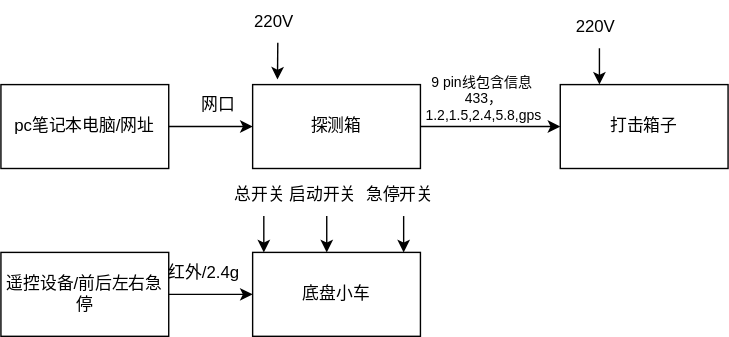
This is 未命名绘图.drawio.svg from iwb5820/draw, a draw.io export, as it was before one commit. Source tidied: cells renumbered, new cells last; positions are measured from the earlier drawing's top-left corner, leaving out a move shared by most shapes.
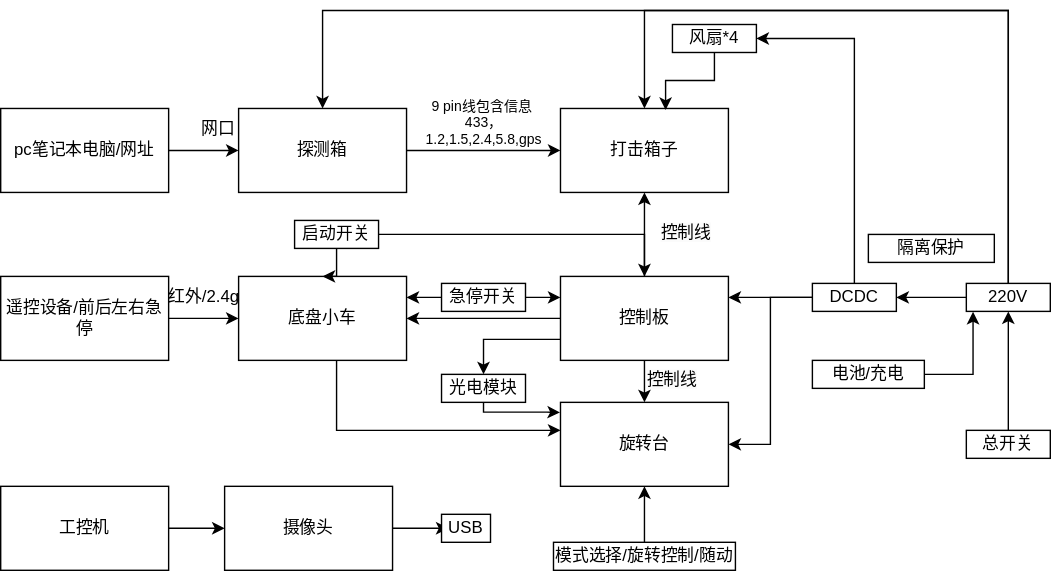
The same file after the commit.

Commit message:
星辰打击车.svg

Change to the diagram source:
```diff
@@ -18,66 +18,164 @@
       <mxGeometry relative="1" as="geometry" />
     </mxCell>
     <mxCell id="7" value="探测箱" style="rounded=0;whiteSpace=wrap;html=1;" parent="1" vertex="1">
-      <mxGeometry x="180" y="60" width="120" height="60" as="geometry" />
+      <mxGeometry x="170" y="60" width="120" height="60" as="geometry" />
     </mxCell>
-    <mxCell id="8" style="edgeStyle=none;jettySize=auto;html=1;rounded=0;entryX=0.148;entryY=-0.06;entryDx=0;entryDy=0;entryPerimeter=0;" parent="1" edge="1" target="7">
-      <mxGeometry relative="1" as="geometry">
-        <mxPoint x="198" y="30" as="sourcePoint" />
-      </mxGeometry>
-    </mxCell>
-    <mxCell id="9" value="220V" style="text;html=1;align=center;verticalAlign=middle;strokeColor=none;fillColor=none;" parent="1" vertex="1">
-      <mxGeometry x="170" width="50" height="30" as="geometry" />
-    </mxCell>
     <mxCell id="10" value="&lt;span style=&quot;text-wrap: wrap; font-size: 10px;&quot;&gt;9 pin线包含信息&amp;nbsp;&lt;/span&gt;&lt;div style=&quot;font-size: 10px;&quot;&gt;&lt;span style=&quot;text-wrap: wrap; font-size: 10px;&quot;&gt;433，1.2,1.5,2.4,5.8,gps&lt;/span&gt;&lt;/div&gt;" style="text;html=1;align=center;verticalAlign=middle;strokeColor=none;fillColor=none;fontSize=10;" parent="1" vertex="1">
       <mxGeometry x="280" y="50" width="130" height="40" as="geometry" />
     </mxCell>
-    <mxCell id="11" style="edgeStyle=none;orthogonalLoop=1;jettySize=auto;html=1;rounded=0;entryX=0.148;entryY=-0.06;entryDx=0;entryDy=0;entryPerimeter=0;" parent="1" edge="1">
-      <mxGeometry relative="1" as="geometry">
-        <mxPoint x="428" y="34" as="sourcePoint" />
-        <mxPoint x="428" y="60" as="targetPoint" />
-      </mxGeometry>
-    </mxCell>
-    <mxCell id="12" value="220V" style="text;html=1;align=center;verticalAlign=middle;strokeColor=none;fillColor=none;" parent="1" vertex="1">
-      <mxGeometry x="400" y="4" width="50" height="30" as="geometry" />
-    </mxCell>
     <mxCell id="13" style="edgeStyle=orthogonalEdgeStyle;rounded=0;jettySize=auto;html=1;" parent="1" edge="1" source="14" target="15">
       <mxGeometry relative="1" as="geometry" />
     </mxCell>
     <mxCell id="14" value="遥控设备/前后左右急停" style="rounded=0;whiteSpace=wrap;html=1;" parent="1" vertex="1">
       <mxGeometry y="180" width="120" height="60" as="geometry" />
     </mxCell>
+    <mxCell id="23" style="edgeStyle=orthogonalEdgeStyle;rounded=0;jettySize=auto;html=1;" parent="1" edge="1" source="15" target="24">
+      <mxGeometry relative="1" as="geometry">
+        <Array as="points">
+          <mxPoint x="240" y="290" />
+        </Array>
+      </mxGeometry>
+    </mxCell>
     <mxCell id="15" value="底盘小车" style="rounded=0;whiteSpace=wrap;html=1;" parent="1" vertex="1">
-      <mxGeometry x="180" y="180" width="120" height="60" as="geometry" />
+      <mxGeometry x="170" y="180" width="120" height="60" as="geometry" />
     </mxCell>
     <mxCell id="16" value="红外/2.4g" style="text;html=1;align=center;verticalAlign=middle;strokeColor=none;fillColor=none;" parent="1" vertex="1">
       <mxGeometry x="110" y="180" width="70" height="30" as="geometry" />
     </mxCell>
-    <mxCell id="17" style="edgeStyle=none;orthogonalLoop=1;jettySize=auto;html=1;rounded=0;entryX=0.148;entryY=-0.06;entryDx=0;entryDy=0;entryPerimeter=0;" parent="1" edge="1">
-      <mxGeometry relative="1" as="geometry">
-        <mxPoint x="188" y="154" as="sourcePoint" />
-        <mxPoint x="188" y="180" as="targetPoint" />
-      </mxGeometry>
-    </mxCell>
+    <mxCell id="24" value="旋转台" style="rounded=0;whiteSpace=wrap;html=1;" parent="1" vertex="1">
+      <mxGeometry x="400" y="270" width="120" height="60" as="geometry" />
+    </mxCell>
+    <mxCell id="25" style="edgeStyle=orthogonalEdgeStyle;rounded=0;jettySize=auto;html=1;" parent="1" edge="1" source="29" target="24">
+      <mxGeometry relative="1" as="geometry" />
+    </mxCell>
+    <mxCell id="26" style="edgeStyle=orthogonalEdgeStyle;rounded=0;jettySize=auto;html=1;" parent="1" edge="1" source="29" target="15">
+      <mxGeometry relative="1" as="geometry" />
+    </mxCell>
+    <mxCell id="27" style="edgeStyle=orthogonalEdgeStyle;rounded=0;jettySize=auto;html=1;" parent="1" edge="1" source="29" target="2">
+      <mxGeometry relative="1" as="geometry" />
+    </mxCell>
+    <mxCell id="28" style="edgeStyle=orthogonalEdgeStyle;rounded=0;jettySize=auto;html=1;exitX=0;exitY=0.75;exitDx=0;exitDy=0;" parent="1" edge="1" source="29" target="50">
+      <mxGeometry relative="1" as="geometry" />
+    </mxCell>
+    <mxCell id="29" value="控制板" style="rounded=0;whiteSpace=wrap;html=1;" parent="1" vertex="1">
+      <mxGeometry x="400" y="180" width="120" height="60" as="geometry" />
+    </mxCell>
+    <mxCell id="30" style="edgeStyle=orthogonalEdgeStyle;rounded=0;jettySize=auto;html=1;entryX=1;entryY=0.25;entryDx=0;entryDy=0;" parent="1" edge="1" source="33" target="29">
+      <mxGeometry relative="1" as="geometry" />
+    </mxCell>
+    <mxCell id="31" style="edgeStyle=orthogonalEdgeStyle;rounded=0;jettySize=auto;html=1;entryX=1;entryY=0.5;entryDx=0;entryDy=0;" parent="1" edge="1" source="33" target="38">
+      <mxGeometry relative="1" as="geometry">
+        <Array as="points">
+          <mxPoint x="610" y="10" />
+        </Array>
+      </mxGeometry>
+    </mxCell>
+    <mxCell id="32" style="edgeStyle=orthogonalEdgeStyle;rounded=0;jettySize=auto;html=1;entryX=1;entryY=0.5;entryDx=0;entryDy=0;" parent="1" edge="1" source="33" target="24">
+      <mxGeometry relative="1" as="geometry" />
+    </mxCell>
+    <mxCell id="33" value="DCDC" style="rounded=0;whiteSpace=wrap;html=1;" parent="1" vertex="1">
+      <mxGeometry x="580" y="185" width="60" height="20" as="geometry" />
+    </mxCell>
+    <mxCell id="34" style="edgeStyle=orthogonalEdgeStyle;rounded=0;jettySize=auto;html=1;" parent="1" edge="1" source="37" target="33">
+      <mxGeometry relative="1" as="geometry" />
+    </mxCell>
+    <mxCell id="35" style="edgeStyle=orthogonalEdgeStyle;rounded=0;jettySize=auto;html=1;entryX=0.5;entryY=0;entryDx=0;entryDy=0;" parent="1" edge="1" source="37" target="7">
+      <mxGeometry relative="1" as="geometry">
+        <Array as="points">
+          <mxPoint x="720" y="-10" />
+          <mxPoint x="230" y="-10" />
+        </Array>
+      </mxGeometry>
+    </mxCell>
+    <mxCell id="36" style="edgeStyle=orthogonalEdgeStyle;rounded=0;jettySize=auto;html=1;entryX=0.5;entryY=0;entryDx=0;entryDy=0;" parent="1" edge="1" source="37" target="2">
+      <mxGeometry relative="1" as="geometry">
+        <Array as="points">
+          <mxPoint x="720" y="-10" />
+          <mxPoint x="460" y="-10" />
+        </Array>
+      </mxGeometry>
+    </mxCell>
+    <mxCell id="37" value="220V" style="rounded=0;whiteSpace=wrap;html=1;" parent="1" vertex="1">
+      <mxGeometry x="690" y="185" width="60" height="20" as="geometry" />
+    </mxCell>
+    <mxCell id="38" value="风扇*4" style="rounded=0;whiteSpace=wrap;html=1;" parent="1" vertex="1">
+      <mxGeometry x="480" width="60" height="20" as="geometry" />
+    </mxCell>
+    <mxCell id="39" style="edgeStyle=orthogonalEdgeStyle;rounded=0;jettySize=auto;html=1;entryX=0.626;entryY=0.018;entryDx=0;entryDy=0;entryPerimeter=0;" parent="1" edge="1" source="38" target="2">
+      <mxGeometry relative="1" as="geometry" />
+    </mxCell>
+    <mxCell id="40" style="edgeStyle=orthogonalEdgeStyle;rounded=0;jettySize=auto;html=1;" parent="1" edge="1" source="18" target="37">
+      <mxGeometry relative="1" as="geometry" />
+    </mxCell>
-    <mxCell id="18" value="总开关" style="text;html=1;align=center;verticalAlign=middle;points=[];strokeColor=none;fillColor=none;" parent="1" vertex="1">
-      <mxGeometry x="155" y="124" width="60" height="30" as="geometry" />
+    <mxCell id="18" value="总开关" style="rounded=0;whiteSpace=wrap;html=1;" parent="1" vertex="1">
+      <mxGeometry x="690" y="290" width="60" height="20" as="geometry" />
     </mxCell>
-    <mxCell id="19" style="edgeStyle=none;orthogonalLoop=1;jettySize=auto;html=1;rounded=0;entryX=0.148;entryY=-0.06;entryDx=0;entryDy=0;entryPerimeter=0;" parent="1" edge="1">
-      <mxGeometry relative="1" as="geometry">
-        <mxPoint x="233" y="154" as="sourcePoint" />
-        <mxPoint x="233" y="180" as="targetPoint" />
-      </mxGeometry>
-    </mxCell>
+    <mxCell id="41" style="edgeStyle=orthogonalEdgeStyle;rounded=0;jettySize=auto;html=1;entryX=0.5;entryY=0;entryDx=0;entryDy=0;" parent="1" edge="1" source="20" target="29">
+      <mxGeometry relative="1" as="geometry" />
+    </mxCell>
+    <mxCell id="42" style="edgeStyle=orthogonalEdgeStyle;rounded=0;jettySize=auto;html=1;" parent="1" edge="1" source="20" target="15">
+      <mxGeometry relative="1" as="geometry" />
+    </mxCell>
-    <mxCell id="20" value="启动开关" style="text;html=1;align=center;verticalAlign=middle;points=[];strokeColor=none;fillColor=none;" parent="1" vertex="1">
-      <mxGeometry x="195" y="124" width="70" height="30" as="geometry" />
+    <mxCell id="20" value="启动开关" style="rounded=0;whiteSpace=wrap;html=1;" parent="1" vertex="1">
+      <mxGeometry x="210" y="140" width="60" height="20" as="geometry" />
     </mxCell>
-    <mxCell id="21" style="edgeStyle=none;orthogonalLoop=1;jettySize=auto;html=1;rounded=0;entryX=0.148;entryY=-0.06;entryDx=0;entryDy=0;entryPerimeter=0;" parent="1" edge="1">
-      <mxGeometry relative="1" as="geometry">
-        <mxPoint x="288" y="154" as="sourcePoint" />
-        <mxPoint x="288" y="180" as="targetPoint" />
-      </mxGeometry>
-    </mxCell>
+    <mxCell id="43" style="edgeStyle=orthogonalEdgeStyle;rounded=0;jettySize=auto;html=1;entryX=0;entryY=0.25;entryDx=0;entryDy=0;" parent="1" edge="1" source="22" target="29">
+      <mxGeometry relative="1" as="geometry" />
+    </mxCell>
+    <mxCell id="44" style="edgeStyle=orthogonalEdgeStyle;rounded=0;jettySize=auto;html=1;entryX=1;entryY=0.25;entryDx=0;entryDy=0;" parent="1" edge="1" source="22" target="15">
+      <mxGeometry relative="1" as="geometry" />
+    </mxCell>
-    <mxCell id="22" value="急停开关" style="text;html=1;align=center;verticalAlign=middle;points=[];strokeColor=none;fillColor=none;" parent="1" vertex="1">
-      <mxGeometry x="250" y="124" width="70" height="30" as="geometry" />
+    <mxCell id="22" value="急停开关" style="rounded=0;whiteSpace=wrap;html=1;" parent="1" vertex="1">
+      <mxGeometry x="315" y="185" width="60" height="20" as="geometry" />
     </mxCell>
+    <mxCell id="45" style="edgeStyle=orthogonalEdgeStyle;rounded=0;jettySize=auto;html=1;" parent="1" edge="1" source="46" target="24">
+      <mxGeometry relative="1" as="geometry" />
+    </mxCell>
+    <mxCell id="46" value="&lt;span style=&quot;text-wrap: nowrap;&quot;&gt;模式选择/旋转控制/随动&lt;/span&gt;" style="rounded=0;whiteSpace=wrap;html=1;" parent="1" vertex="1">
+      <mxGeometry x="395" y="370" width="130" height="20" as="geometry" />
+    </mxCell>
+    <mxCell id="47" value="&lt;span style=&quot;color: rgb(0, 0, 0); font-family: Helvetica; font-size: 12px; font-style: normal; font-variant-ligatures: normal; font-variant-caps: normal; font-weight: 400; letter-spacing: normal; orphans: 2; text-align: center; text-indent: 0px; text-transform: none; widows: 2; word-spacing: 0px; -webkit-text-stroke-width: 0px; white-space: nowrap; background-color: rgb(251, 251, 251); text-decoration-thickness: initial; text-decoration-style: initial; text-decoration-color: initial; display: inline !important; float: none;&quot;&gt;控制线&lt;/span&gt;" style="text;whiteSpace=wrap;html=1;" parent="1" vertex="1">
+      <mxGeometry x="460" y="240" width="40" height="30" as="geometry" />
+    </mxCell>
+    <mxCell id="48" value="&lt;span style=&quot;color: rgb(0, 0, 0); font-family: Helvetica; font-size: 12px; font-style: normal; font-variant-ligatures: normal; font-variant-caps: normal; font-weight: 400; letter-spacing: normal; orphans: 2; text-align: center; text-indent: 0px; text-transform: none; widows: 2; word-spacing: 0px; -webkit-text-stroke-width: 0px; white-space: nowrap; background-color: rgb(251, 251, 251); text-decoration-thickness: initial; text-decoration-style: initial; text-decoration-color: initial; display: inline !important; float: none;&quot;&gt;控制线&lt;/span&gt;" style="text;whiteSpace=wrap;html=1;" parent="1" vertex="1">
+      <mxGeometry x="470" y="135" width="40" height="30" as="geometry" />
+    </mxCell>
+    <mxCell id="49" value="隔离保护" style="rounded=0;whiteSpace=wrap;html=1;" parent="1" vertex="1">
+      <mxGeometry x="620" y="150" width="90" height="20" as="geometry" />
+    </mxCell>
+    <mxCell id="50" value="光电模块" style="rounded=0;whiteSpace=wrap;html=1;" parent="1" vertex="1">
+      <mxGeometry x="315" y="250" width="60" height="20" as="geometry" />
+    </mxCell>
+    <mxCell id="51" style="edgeStyle=orthogonalEdgeStyle;rounded=0;jettySize=auto;html=1;entryX=-0.003;entryY=0.12;entryDx=0;entryDy=0;entryPerimeter=0;" parent="1" edge="1" source="50" target="24">
+      <mxGeometry relative="1" as="geometry">
+        <Array as="points">
+          <mxPoint x="345" y="277" />
+          <mxPoint x="390" y="277" />
+        </Array>
+      </mxGeometry>
+    </mxCell>
+    <mxCell id="52" style="edgeStyle=orthogonalEdgeStyle;rounded=0;jettySize=auto;html=1;" parent="1" edge="1" source="53" target="55">
+      <mxGeometry relative="1" as="geometry" />
+    </mxCell>
+    <mxCell id="53" value="工控机" style="rounded=0;whiteSpace=wrap;html=1;" parent="1" vertex="1">
+      <mxGeometry y="330" width="120" height="60" as="geometry" />
+    </mxCell>
+    <mxCell id="54" style="edgeStyle=orthogonalEdgeStyle;rounded=0;jettySize=auto;html=1;" parent="1" edge="1" source="55">
+      <mxGeometry relative="1" as="geometry">
+        <mxPoint x="320" y="360" as="targetPoint" />
+      </mxGeometry>
+    </mxCell>
+    <mxCell id="55" value="摄像头" style="rounded=0;whiteSpace=wrap;html=1;" parent="1" vertex="1">
+      <mxGeometry x="160" y="330" width="120" height="60" as="geometry" />
+    </mxCell>
+    <mxCell id="56" style="edgeStyle=orthogonalEdgeStyle;rounded=0;jettySize=auto;html=1;entryX=0.08;entryY=1.016;entryDx=0;entryDy=0;entryPerimeter=0;" parent="1" edge="1" source="57" target="37">
+      <mxGeometry relative="1" as="geometry" />
+    </mxCell>
+    <mxCell id="57" value="电池/充电" style="rounded=0;whiteSpace=wrap;html=1;" parent="1" vertex="1">
+      <mxGeometry x="580" y="240" width="80" height="20" as="geometry" />
+    </mxCell>
+    <mxCell id="58" value="&lt;span style=&quot;text-wrap: nowrap;&quot;&gt;USB&lt;/span&gt;" style="rounded=0;whiteSpace=wrap;html=1;" parent="1" vertex="1">
+      <mxGeometry x="315" y="350" width="35" height="20" as="geometry" />
+    </mxCell>
   </root>
 </mxGraphModel>
```
